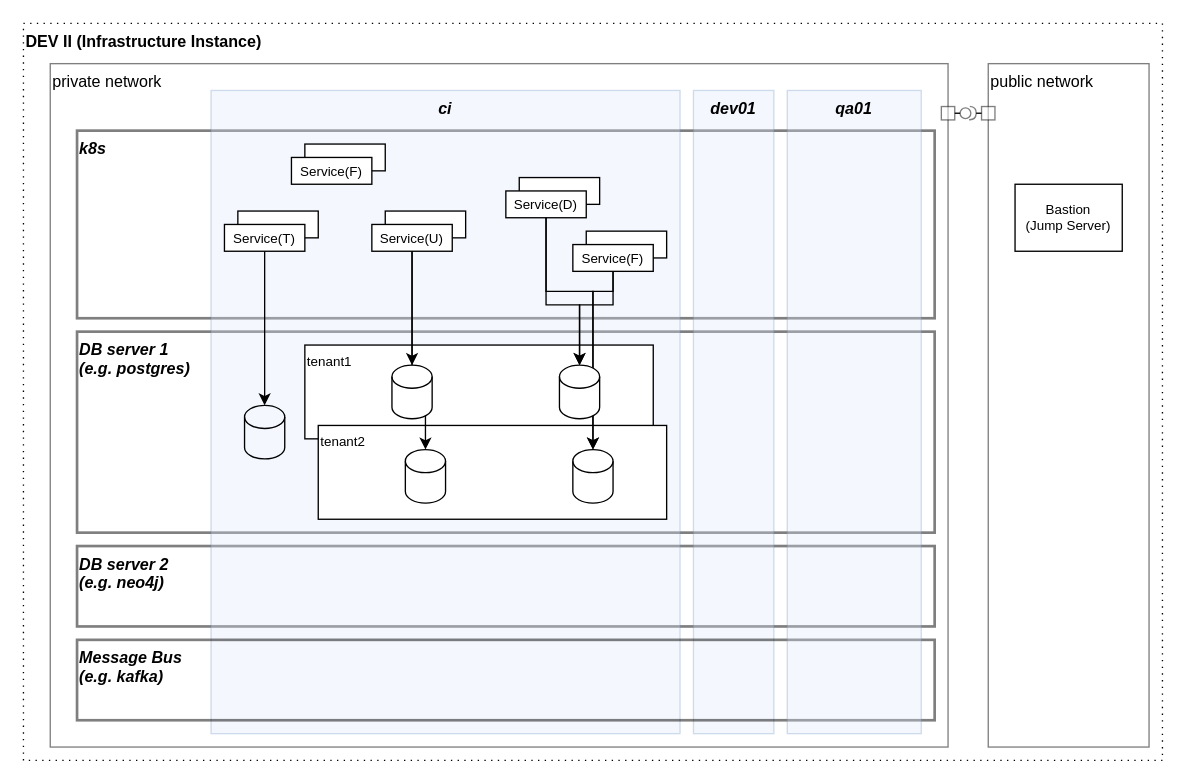
Above: ii.drawio in project-talan/tln-clouds (draw.io), before the change. Source tidied: cells renumbered, new cells numbered last; positions are measured from the earlier drawing's top-left corner, leaving out a move shared by most shapes. Both pictures are drawn from the tidied source at 134%, with x=0, y=0 at pixel (23, 23).
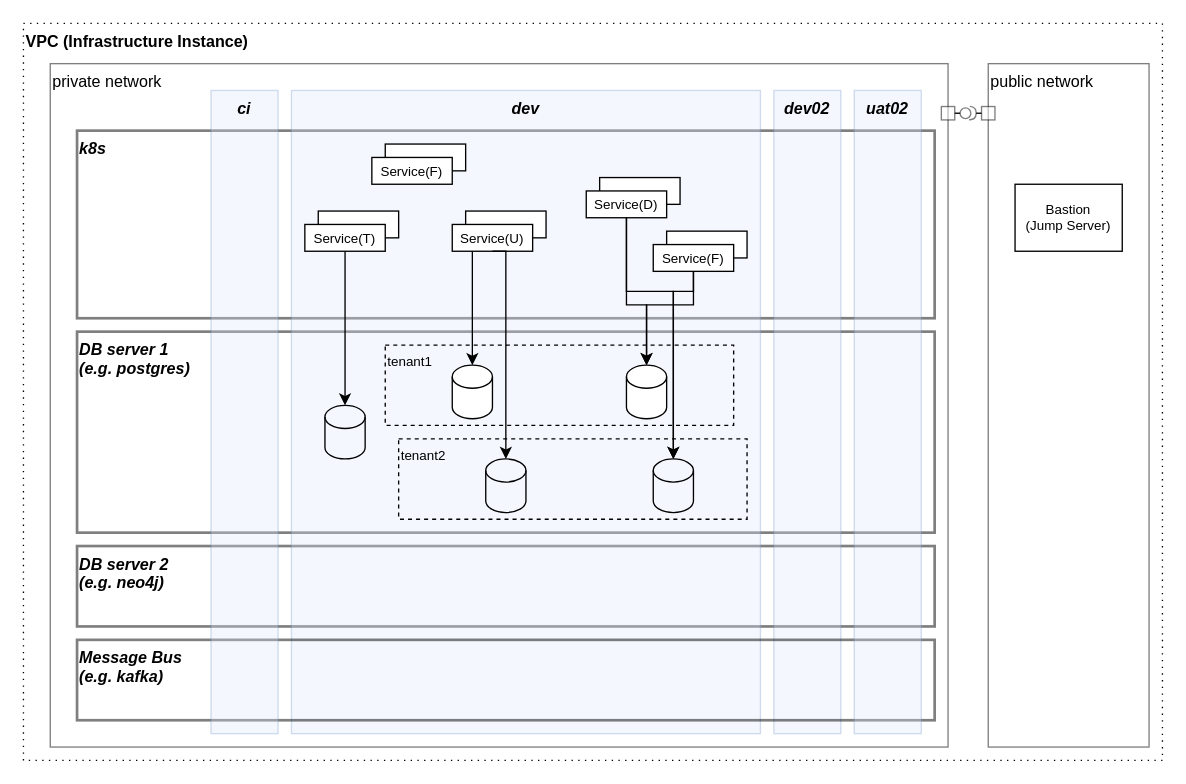
The same page after the edit.

Change to the diagram source:
```diff
@@
-    <mxCell id="2" value="DEV II (Infrastructure Instance)" style="rounded=0;whiteSpace=wrap;html=1;dashed=1;fillColor=none;align=left;verticalAlign=top;fontStyle=1;dashPattern=1 4;" parent="1" vertex="1">
+    <mxCell id="2" value="VPC (Infrastructure Instance)" style="rounded=0;whiteSpace=wrap;html=1;dashed=1;fillColor=none;align=left;verticalAlign=top;fontStyle=1;dashPattern=1 4;" parent="1" vertex="1">
       <mxGeometry width="850" height="550" as="geometry" />
     </mxCell>
@@
-    <mxCell id="8" value="dev01" style="rounded=0;whiteSpace=wrap;html=1;fillColor=#dae8fc;fontStyle=3;verticalAlign=top;align=center;opacity=30;strokeColor=#6c8ebf;" parent="1" vertex="1">
-      <mxGeometry x="500" y="50" width="60" height="480" as="geometry" />
+    <mxCell id="8" value="dev02" style="rounded=0;whiteSpace=wrap;html=1;fillColor=#dae8fc;fontStyle=3;verticalAlign=top;align=center;opacity=30;strokeColor=#6c8ebf;" parent="1" vertex="1">
+      <mxGeometry x="560" y="50" width="50" height="480" as="geometry" />
     </mxCell>
-    <mxCell id="9" value="ci" style="rounded=0;whiteSpace=wrap;html=1;fillColor=#dae8fc;fontStyle=3;verticalAlign=top;align=center;opacity=30;strokeColor=#6c8ebf;" parent="1" vertex="1">
-      <mxGeometry x="140" y="50" width="350" height="480" as="geometry" />
+    <mxCell id="9" value="dev" style="rounded=0;whiteSpace=wrap;html=1;fillColor=#dae8fc;fontStyle=3;verticalAlign=top;align=center;opacity=30;strokeColor=#6c8ebf;" parent="1" vertex="1">
+      <mxGeometry x="200" y="50" width="350" height="480" as="geometry" />
     </mxCell>
@@
     <mxCell id="11" style="shape=cylinder3;whiteSpace=wrap;html=1;boundedLbl=1;backgroundOutline=1;size=8.629629629629619;fontColor=#FF0000;strokeWidth=1;fillColor=none;" parent="1" vertex="1">
-      <mxGeometry x="165" y="285" width="30" height="40" as="geometry" />
+      <mxGeometry x="225" y="285" width="30" height="40" as="geometry" />
     </mxCell>
     <mxCell id="12" style="rounded=0;whiteSpace=wrap;html=1;fontColor=#000000;strokeWidth=1;fillColor=default;fontSize=10;" parent="1" vertex="1">
-      <mxGeometry x="160" y="140" width="60" height="20" as="geometry" />
+      <mxGeometry x="220" y="140" width="60" height="20" as="geometry" />
     </mxCell>
     <mxCell id="13" value="&lt;font style=&quot;font-size: 10px;&quot;&gt;Service(T)&lt;/font&gt;" style="rounded=0;whiteSpace=wrap;html=1;fontColor=#000000;strokeWidth=1;fillColor=default;fontSize=10;" parent="1" vertex="1">
-      <mxGeometry x="150" y="150" width="60" height="20" as="geometry" />
+      <mxGeometry x="210" y="150" width="60" height="20" as="geometry" />
     </mxCell>
@@
-    <mxCell id="15" value="tenant1" style="rounded=0;whiteSpace=wrap;html=1;fontSize=10;fontColor=#000000;strokeWidth=1;fillColor=default;align=left;verticalAlign=top;" parent="1" vertex="1">
-      <mxGeometry x="210" y="240" width="260" height="70" as="geometry" />
+    <mxCell id="15" value="tenant1" style="rounded=0;whiteSpace=wrap;html=1;fontSize=10;fontColor=#000000;strokeWidth=1;fillColor=none;align=left;verticalAlign=top;dashed=1;" parent="1" vertex="1">
+      <mxGeometry x="270" y="240" width="260" height="60" as="geometry" />
     </mxCell>
-    <mxCell id="16" value="tenant2" style="rounded=0;whiteSpace=wrap;html=1;fontSize=10;fontColor=#000000;strokeWidth=1;fillColor=default;align=left;verticalAlign=top;" parent="1" vertex="1">
-      <mxGeometry x="220" y="300" width="260" height="70" as="geometry" />
+    <mxCell id="16" value="tenant2" style="rounded=0;whiteSpace=wrap;html=1;fontSize=10;fontColor=#000000;strokeWidth=1;fillColor=none;align=left;verticalAlign=top;dashed=1;" parent="1" vertex="1">
+      <mxGeometry x="280" y="310" width="260" height="60" as="geometry" />
     </mxCell>
     <mxCell id="17" style="rounded=0;whiteSpace=wrap;html=1;fontColor=#000000;strokeWidth=1;fillColor=default;fontSize=10;" parent="1" vertex="1">
-      <mxGeometry x="210" y="90" width="60" height="20" as="geometry" />
+      <mxGeometry x="270" y="90" width="60" height="20" as="geometry" />
     </mxCell>
     <mxCell id="18" value="&lt;font style=&quot;font-size: 10px&quot;&gt;Service(F)&lt;/font&gt;" style="rounded=0;whiteSpace=wrap;html=1;fontColor=#000000;strokeWidth=1;fillColor=default;fontSize=10;" parent="1" vertex="1">
-      <mxGeometry x="200" y="100" width="60" height="20" as="geometry" />
+      <mxGeometry x="260" y="100" width="60" height="20" as="geometry" />
     </mxCell>
     <mxCell id="19" style="rounded=0;whiteSpace=wrap;html=1;fontColor=#000000;strokeWidth=1;fillColor=default;fontSize=10;" parent="1" vertex="1">
-      <mxGeometry x="270" y="140" width="60" height="20" as="geometry" />
+      <mxGeometry x="330" y="140" width="60" height="20" as="geometry" />
     </mxCell>
     <mxCell id="20" value="&lt;font style=&quot;font-size: 10px&quot;&gt;Service(U)&lt;/font&gt;" style="rounded=0;whiteSpace=wrap;html=1;fontColor=#000000;strokeWidth=1;fillColor=default;fontSize=10;" parent="1" vertex="1">
-      <mxGeometry x="260" y="150" width="60" height="20" as="geometry" />
+      <mxGeometry x="320" y="150" width="60" height="20" as="geometry" />
     </mxCell>
     <mxCell id="21" style="shape=cylinder3;whiteSpace=wrap;html=1;boundedLbl=1;backgroundOutline=1;size=8.629629629629619;fontColor=#FF0000;strokeWidth=1;fillColor=none;" parent="1" vertex="1">
-      <mxGeometry x="285" y="318" width="30" height="40" as="geometry" />
+      <mxGeometry x="345" y="325" width="30" height="40" as="geometry" />
     </mxCell>
     <mxCell id="22" style="rounded=0;whiteSpace=wrap;html=1;fontColor=#000000;strokeWidth=1;fillColor=default;fontSize=10;" parent="1" vertex="1">
-      <mxGeometry x="370" y="115" width="60" height="20" as="geometry" />
+      <mxGeometry x="430" y="115" width="60" height="20" as="geometry" />
     </mxCell>
     <mxCell id="23" value="&lt;font style=&quot;font-size: 10px&quot;&gt;Service(D)&lt;/font&gt;" style="rounded=0;whiteSpace=wrap;html=1;fontColor=#000000;strokeWidth=1;fillColor=default;fontSize=10;" parent="1" vertex="1">
-      <mxGeometry x="360" y="125" width="60" height="20" as="geometry" />
+      <mxGeometry x="420" y="125" width="60" height="20" as="geometry" />
     </mxCell>
     <mxCell id="24" style="rounded=0;whiteSpace=wrap;html=1;fontColor=#000000;strokeWidth=1;fillColor=default;fontSize=10;" parent="1" vertex="1">
-      <mxGeometry x="420" y="155" width="60" height="20" as="geometry" />
+      <mxGeometry x="480" y="155" width="60" height="20" as="geometry" />
     </mxCell>
     <mxCell id="25" value="&lt;font style=&quot;font-size: 10px&quot;&gt;Service(F)&lt;/font&gt;" style="rounded=0;whiteSpace=wrap;html=1;fontColor=#000000;strokeWidth=1;fillColor=default;fontSize=10;" parent="1" vertex="1">
-      <mxGeometry x="410" y="165" width="60" height="20" as="geometry" />
+      <mxGeometry x="470" y="165" width="60" height="20" as="geometry" />
     </mxCell>
-    <mxCell id="26" style="endArrow=classic;html=1;rounded=0;fontSize=10;fontColor=#000000;exitX=0.5;exitY=1;exitDx=0;exitDy=0;entryX=0.5;entryY=0;entryDx=0;entryDy=0;entryPerimeter=0;" parent="1" edge="1" source="20" target="28">
+    <mxCell id="26" style="endArrow=classic;html=1;rounded=0;fontSize=10;fontColor=#000000;entryX=0.5;entryY=0;entryDx=0;entryDy=0;entryPerimeter=0;exitX=0.25;exitY=1;exitDx=0;exitDy=0;" parent="1" edge="1" source="20" target="28">
       <mxGeometry relative="1" as="geometry" />
     </mxCell>
     <mxCell id="27" style="endArrow=classic;html=1;rounded=0;fontSize=10;fontColor=#000000;exitX=0.5;exitY=1;exitDx=0;exitDy=0;entryX=0.5;entryY=0;entryDx=0;entryDy=0;entryPerimeter=0;edgeStyle=orthogonalEdgeStyle;" parent="1" edge="1" source="20" target="21">
       <mxGeometry relative="1" as="geometry">
         <Array as="points">
-          <mxPoint x="290" y="290" />
-          <mxPoint x="300" y="290" />
+          <mxPoint x="360" y="170" />
         </Array>
       </mxGeometry>
     </mxCell>
     <mxCell id="28" style="shape=cylinder3;whiteSpace=wrap;html=1;boundedLbl=1;backgroundOutline=1;size=8.629629629629619;fontColor=#FF0000;strokeWidth=1;fillColor=default;" parent="1" vertex="1">
-      <mxGeometry x="275" y="255" width="30" height="40" as="geometry" />
+      <mxGeometry x="320" y="255" width="30" height="40" as="geometry" />
     </mxCell>
     <mxCell id="29" style="endArrow=classic;html=1;rounded=0;fontSize=10;fontColor=#000000;exitX=0.5;exitY=1;exitDx=0;exitDy=0;entryX=0.5;entryY=0;entryDx=0;entryDy=0;entryPerimeter=0;edgeStyle=orthogonalEdgeStyle;" parent="1" edge="1" source="23" target="34">
       <mxGeometry relative="1" as="geometry">
         <Array as="points">
-          <mxPoint x="390" y="210" />
-          <mxPoint x="415" y="210" />
+          <mxPoint x="450" y="210" />
+          <mxPoint x="465" y="210" />
         </Array>
       </mxGeometry>
     </mxCell>
     <mxCell id="30" style="endArrow=classic;html=1;rounded=0;fontSize=10;fontColor=#000000;exitX=0.5;exitY=1;exitDx=0;exitDy=0;entryX=0.5;entryY=0;entryDx=0;entryDy=0;entryPerimeter=0;edgeStyle=orthogonalEdgeStyle;" parent="1" edge="1" source="25" target="34">
       <mxGeometry relative="1" as="geometry">
         <Array as="points">
-          <mxPoint x="440" y="210" />
-          <mxPoint x="415" y="210" />
+          <mxPoint x="500" y="210" />
+          <mxPoint x="465" y="210" />
         </Array>
       </mxGeometry>
     </mxCell>
     <mxCell id="31" style="shape=cylinder3;whiteSpace=wrap;html=1;boundedLbl=1;backgroundOutline=1;size=8.629629629629619;fontColor=#FF0000;strokeWidth=1;fillColor=none;" parent="1" vertex="1">
-      <mxGeometry x="410" y="318" width="30" height="40" as="geometry" />
+      <mxGeometry x="470" y="325" width="30" height="40" as="geometry" />
     </mxCell>
     <mxCell id="32" style="endArrow=classic;html=1;rounded=0;fontSize=10;fontColor=#000000;exitX=0.5;exitY=1;exitDx=0;exitDy=0;entryX=0.5;entryY=0;entryDx=0;entryDy=0;entryPerimeter=0;edgeStyle=orthogonalEdgeStyle;" parent="1" edge="1" source="23" target="31">
       <mxGeometry relative="1" as="geometry">
         <Array as="points">
-          <mxPoint x="390" y="200" />
-          <mxPoint x="425" y="200" />
+          <mxPoint x="450" y="200" />
+          <mxPoint x="485" y="200" />
         </Array>
       </mxGeometry>
     </mxCell>
     <mxCell id="33" style="endArrow=classic;html=1;rounded=0;fontSize=10;fontColor=#000000;exitX=0.5;exitY=1;exitDx=0;exitDy=0;entryX=0.5;entryY=0;entryDx=0;entryDy=0;entryPerimeter=0;edgeStyle=orthogonalEdgeStyle;" parent="1" edge="1" source="25" target="31">
       <mxGeometry relative="1" as="geometry">
         <Array as="points">
-          <mxPoint x="440" y="200" />
-          <mxPoint x="425" y="200" />
+          <mxPoint x="500" y="200" />
+          <mxPoint x="485" y="200" />
         </Array>
       </mxGeometry>
     </mxCell>
     <mxCell id="34" style="shape=cylinder3;whiteSpace=wrap;html=1;boundedLbl=1;backgroundOutline=1;size=8.629629629629619;fontColor=#FF0000;strokeWidth=1;fillColor=default;" parent="1" vertex="1">
-      <mxGeometry x="400" y="255" width="30" height="40" as="geometry" />
+      <mxGeometry x="450" y="255" width="30" height="40" as="geometry" />
     </mxCell>
-    <mxCell id="35" value="qa01" style="rounded=0;whiteSpace=wrap;html=1;fillColor=#dae8fc;fontStyle=3;verticalAlign=top;align=center;opacity=30;strokeColor=#6c8ebf;" parent="1" vertex="1">
-      <mxGeometry x="570" y="50" width="100" height="480" as="geometry" />
+    <mxCell id="35" value="uat02" style="rounded=0;whiteSpace=wrap;html=1;fillColor=#dae8fc;fontStyle=3;verticalAlign=top;align=center;opacity=30;strokeColor=#6c8ebf;" parent="1" vertex="1">
+      <mxGeometry x="620" y="50" width="50" height="480" as="geometry" />
     </mxCell>
@@
+    <mxCell id="43" value="ci" style="rounded=0;whiteSpace=wrap;html=1;fillColor=#dae8fc;fontStyle=3;verticalAlign=top;align=center;opacity=30;strokeColor=#6c8ebf;" parent="1" vertex="1">
+      <mxGeometry x="140" y="50" width="50" height="480" as="geometry" />
+    </mxCell>
```
